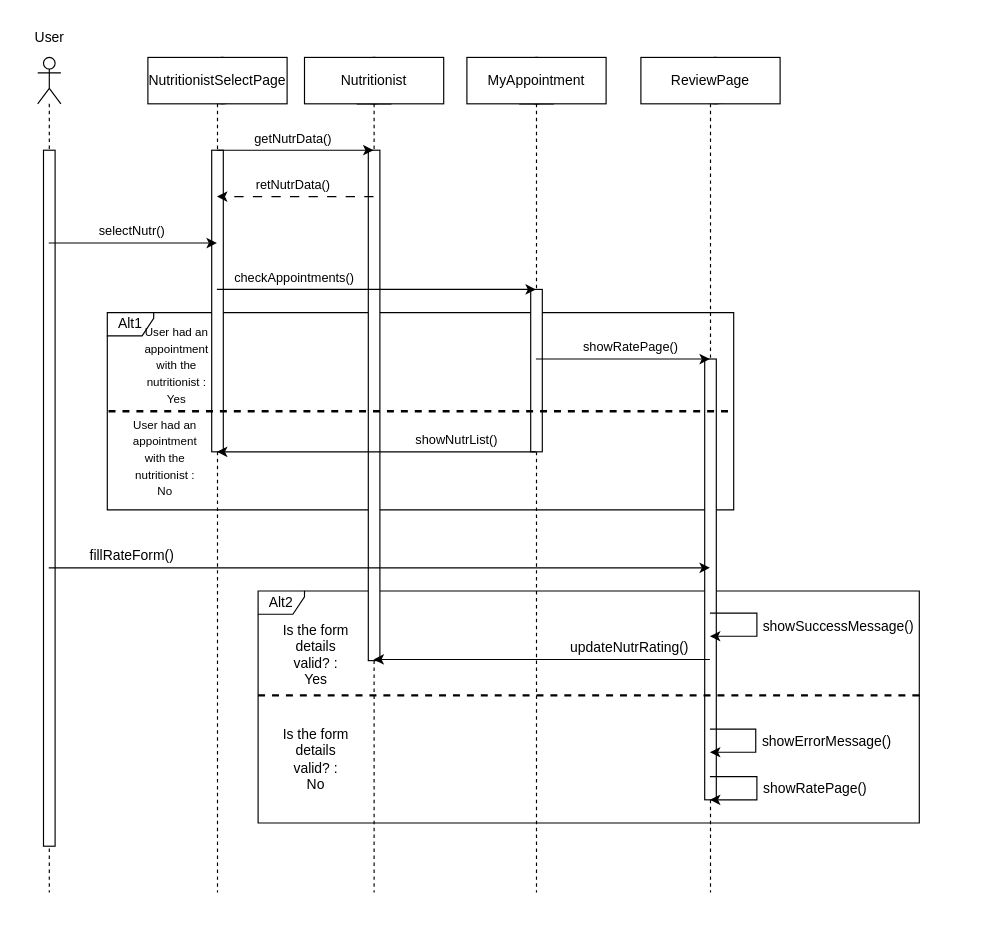
The draw.io diagram ΤΕΛΙΚΟ ΠΑΡΑΔΟΤΕΟ/Sequence-diagrams-v1.0/sd_αξιολόγηση_διατροφολογου.drawio in Dionkaps/Eu-Zin, before the edit. Source tidied: cells renumbered, new cells numbered last; positions are measured from the earlier drawing's top-left corner, leaving out a move shared by most shapes. Both pictures are drawn from the tidied source at 116%, with x=0, y=0 at pixel (20, 20).
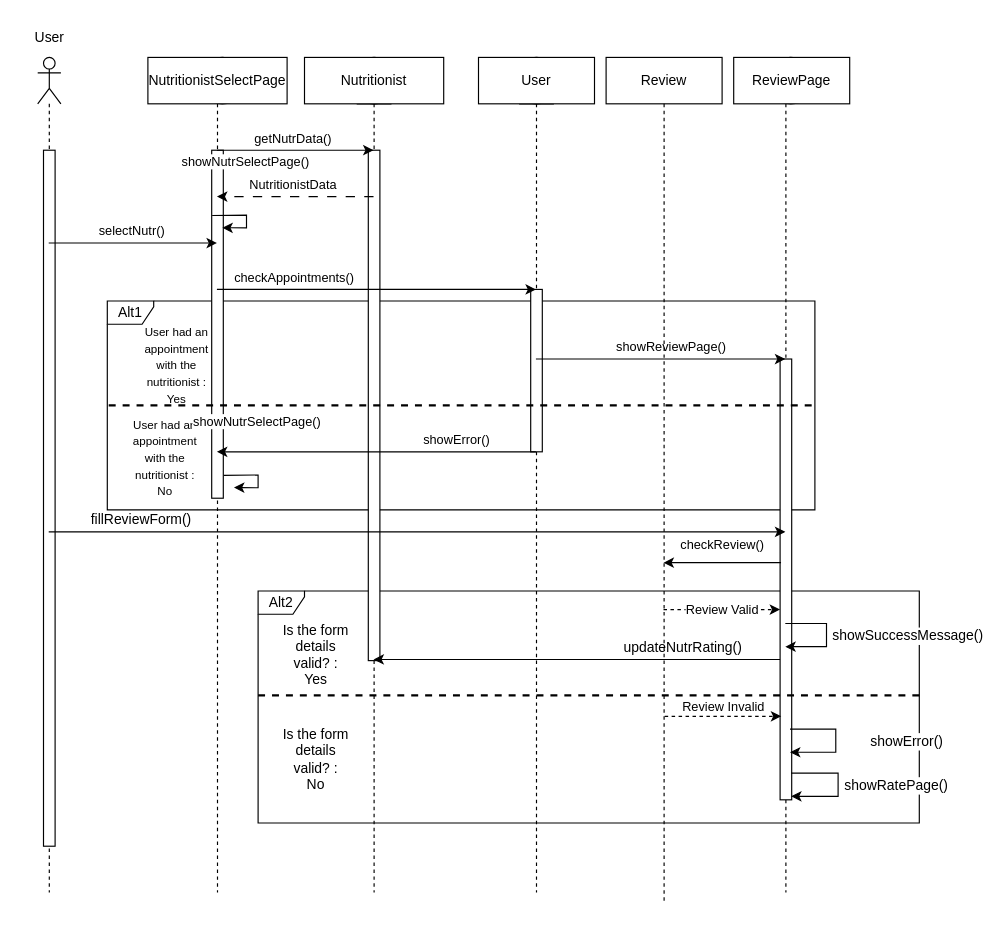
The same page after the edit.

Commit message (it also covers changes not shown here):
Αλλαγή sequence

The change refers to these unchanged cells:
```xml
<mxCell id="4" style="shape=umlLifeline;participant=umlEntity;perimeter=lifelinePerimeter;whiteSpace=wrap;html=1;verticalAlign=top;spacingTop=36;outlineConnect=0;" parent="1" vertex="1">
  <mxGeometry x="425" y="32" width="40" height="720" as="geometry" />
</mxCell>
<mxCell id="6" style="shape=umlLifeline;participant=umlActor;perimeter=lifelinePerimeter;whiteSpace=wrap;html=1;verticalAlign=top;spacingTop=36;outlineConnect=0;" parent="1" vertex="1">
  <mxGeometry x="15" y="32" width="20" height="720" as="geometry" />
</mxCell>
<mxCell id="8" style="shape=umlLifeline;participant=umlBoundary;perimeter=lifelinePerimeter;whiteSpace=wrap;html=1;verticalAlign=top;spacingTop=36;outlineConnect=0;" parent="1" vertex="1">
  <mxGeometry x="145" y="32" width="50" height="720" as="geometry" />
</mxCell>
<mxCell id="10" style="shape=umlLifeline;participant=umlEntity;perimeter=lifelinePerimeter;whiteSpace=wrap;html=1;verticalAlign=top;spacingTop=36;outlineConnect=0;" parent="1" vertex="1">
  <mxGeometry x="285" y="32" width="40" height="720" as="geometry" />
</mxCell>
<mxCell id="13" style="html=1;points=[];perimeter=orthogonalPerimeter;fontSize=12;" parent="12" vertex="1">
  <mxGeometry x="20" y="260" width="10" height="380" as="geometry" />
</mxCell>
```

Diff of the diagram source:
```diff
@@
     <mxCell id="3" value="Alt1" style="shape=umlFrame;whiteSpace=wrap;html=1;width=40;height=20;" parent="1" vertex="1">
-      <mxGeometry x="75" y="252" width="540" height="170" as="geometry" />
+      <mxGeometry x="75" y="242" width="610" height="180" as="geometry" />
     </mxCell>
@@
     <mxCell id="9" style="html=1;perimeter=orthogonalPerimeter;fontSize=12;" parent="8" vertex="1">
-      <mxGeometry x="20" y="80" width="10" height="260" as="geometry" />
+      <mxGeometry x="20" y="80" width="10" height="300" as="geometry" />
     </mxCell>
+    <mxCell id="36" value="showNutrSelectPage()" style="endArrow=classic;html=1;rounded=0;entryX=0.92;entryY=0.284;entryDx=0;entryDy=0;entryPerimeter=0;exitX=0.04;exitY=0.232;exitDx=0;exitDy=0;exitPerimeter=0;" parent="8" edge="1">
+      <mxGeometry x="-0.04" y="40" relative="1" as="geometry">
+        <mxPoint x="20.4" y="136.3" as="sourcePoint" />
+        <mxPoint x="29.2" y="146.8" as="targetPoint" />
+        <Array as="points">
+          <mxPoint x="50" y="136" />
+          <mxPoint x="50" y="147" />
+        </Array>
+        <mxPoint y="-6" as="offset" />
+      </mxGeometry>
+    </mxCell>
@@
     <mxCell id="12" style="shape=umlLifeline;participant=umlBoundary;perimeter=lifelinePerimeter;whiteSpace=wrap;html=1;verticalAlign=top;spacingTop=36;outlineConnect=0;" parent="1" vertex="1">
-      <mxGeometry x="570" y="32" width="50" height="720" as="geometry" />
+      <mxGeometry x="635" y="32" width="50" height="720" as="geometry" />
     </mxCell>
@@
-    <mxCell id="15" value="retNutrData()" style="endArrow=classic;html=1;rounded=0;dashed=1;dashPattern=8 8;" parent="1" edge="1" source="10" target="8">
+    <mxCell id="15" value="NutritionistData" style="endArrow=classic;html=1;rounded=0;dashed=1;dashPattern=8 8;" parent="1" edge="1" source="10" target="8">
       <mxGeometry x="0.03" y="-10" relative="1" as="geometry">
         <Array as="points">
           <mxPoint x="275" y="152" />
         </Array>
       </mxGeometry>
     </mxCell>
@@
-    <mxCell id="18" value="showRatePage()" style="endArrow=classic;html=1;rounded=0;" parent="1" edge="1" source="4" target="12">
+    <mxCell id="18" value="showReviewPage()" style="endArrow=classic;html=1;rounded=0;" parent="1" edge="1" source="4" target="12">
       <mxGeometry x="0.07" y="10" relative="1" as="geometry">
         <Array as="points">
           <mxPoint x="525" y="292" />
         </Array>
         <mxPoint x="1" as="offset" />
       </mxGeometry>
     </mxCell>
-    <mxCell id="19" value="showNutrList()" style="endArrow=classic;html=1;rounded=0;" parent="1" edge="1" source="4" target="8">
+    <mxCell id="19" value="showError()" style="endArrow=classic;html=1;rounded=0;" parent="1" edge="1" source="4" target="8">
       <mxGeometry x="-0.49" y="-10" relative="1" as="geometry">
         <Array as="points">
           <mxPoint x="345" y="372" />
         </Array>
         <mxPoint x="1" as="offset" />
       </mxGeometry>
     </mxCell>
@@
-    <mxCell id="23" value="fillRateForm()" style="endArrow=classic;html=1;rounded=0;strokeWidth=1;fontSize=12;" parent="1" edge="1" source="6" target="12">
+    <mxCell id="23" value="fillReviewForm()" style="endArrow=classic;html=1;rounded=0;strokeWidth=1;fontSize=12;" parent="1" edge="1">
       <mxGeometry x="-0.75" y="10" relative="1" as="geometry">
+        <mxPoint x="24.5" y="441" as="sourcePoint" />
+        <mxPoint x="659.5" y="441" as="targetPoint" />
         <Array as="points">
-          <mxPoint x="245" y="472" />
+          <mxPoint x="245" y="441" />
         </Array>
       </mxGeometry>
     </mxCell>
-    <mxCell id="24" value="updateNutrRating()" style="endArrow=classic;html=1;rounded=0;strokeWidth=1;fontSize=12;" parent="1" edge="1">
+    <mxCell id="24" value="updateNutrRating()" style="endArrow=classic;html=1;rounded=0;strokeWidth=1;fontSize=12;" parent="1" edge="1" source="13">
       <mxGeometry x="-0.52" y="-10" relative="1" as="geometry">
-        <mxPoint x="594.5" y="551" as="sourcePoint" />
         <mxPoint x="304.5" y="551" as="targetPoint" />
       </mxGeometry>
     </mxCell>
     <mxCell id="25" value="showRatePage()" style="endArrow=classic;html=1;rounded=0;strokeWidth=1;fontSize=12;" parent="1" edge="1">
       <mxGeometry y="50" relative="1" as="geometry">
-        <mxPoint x="594.5" y="652" as="sourcePoint" />
-        <mxPoint x="594.5" y="672" as="targetPoint" />
+        <mxPoint x="664.5" y="649" as="sourcePoint" />
+        <mxPoint x="664.5" y="669" as="targetPoint" />
         <Array as="points">
-          <mxPoint x="635" y="652" />
-          <mxPoint x="635" y="672" />
+          <mxPoint x="705" y="649" />
+          <mxPoint x="705" y="669" />
         </Array>
       </mxGeometry>
     </mxCell>
-    <mxCell id="26" value="showErrorMessage()" style="endArrow=classic;html=1;rounded=0;strokeWidth=1;fontSize=12;" parent="1" edge="1">
+    <mxCell id="26" value="showError()" style="endArrow=classic;html=1;rounded=0;strokeWidth=1;fontSize=12;" parent="1" edge="1">
       <mxGeometry y="61" relative="1" as="geometry">
-        <mxPoint x="594.5" y="611" as="sourcePoint" />
-        <mxPoint x="594.5" y="631" as="targetPoint" />
+        <mxPoint x="663.5" y="611" as="sourcePoint" />
+        <mxPoint x="663.5" y="631" as="targetPoint" />
         <Array as="points">
-          <mxPoint x="634" y="611" />
-          <mxPoint x="634" y="631" />
+          <mxPoint x="703" y="611" />
+          <mxPoint x="703" y="631" />
         </Array>
       </mxGeometry>
     </mxCell>
@@
-    <mxCell id="28" value="showSuccessMessage()" style="endArrow=classic;html=1;rounded=0;strokeWidth=1;fontSize=12;" parent="1" edge="1" source="12" target="12">
+    <mxCell id="28" value="showSuccessMessage()" style="endArrow=classic;html=1;rounded=0;strokeWidth=1;fontSize=12;" parent="1" edge="1">
       <mxGeometry x="0.02" y="70" relative="1" as="geometry">
+        <mxPoint x="659.5" y="520" as="sourcePoint" />
+        <mxPoint x="659.5" y="540" as="targetPoint" />
         <Array as="points">
-          <mxPoint x="635" y="511" />
-          <mxPoint x="635" y="531" />
+          <mxPoint x="695" y="520" />
+          <mxPoint x="695" y="540" />
         </Array>
       </mxGeometry>
     </mxCell>
@@
-    <mxCell id="33" value="MyAppointment" style="rounded=0;whiteSpace=wrap;html=1;" parent="1" vertex="1">
-      <mxGeometry x="385" y="32" width="120" height="40" as="geometry" />
+    <mxCell id="33" value="User" style="rounded=0;whiteSpace=wrap;html=1;" parent="1" vertex="1">
+      <mxGeometry x="395" y="32" width="100" height="40" as="geometry" />
     </mxCell>
     <mxCell id="34" value="ReviewPage" style="rounded=0;whiteSpace=wrap;html=1;" parent="1" vertex="1">
-      <mxGeometry x="535" y="32" width="120" height="40" as="geometry" />
+      <mxGeometry x="615" y="32" width="100" height="40" as="geometry" />
     </mxCell>
@@
+    <mxCell id="37" value="Review" style="shape=umlLifeline;perimeter=lifelinePerimeter;whiteSpace=wrap;html=1;outlineConnect=0;portConstraint=eastwest;newEdgeStyle={&quot;edgeStyle&quot;:&quot;elbowEdgeStyle&quot;,&quot;elbow&quot;:&quot;vertical&quot;,&quot;curved&quot;:0,&quot;rounded&quot;:0};" parent="1" vertex="1">
+      <mxGeometry x="505" y="32" width="100" height="730" as="geometry" />
+    </mxCell>
+    <mxCell id="38" value="showNutrSelectPage()" style="endArrow=classic;html=1;rounded=0;entryX=0.92;entryY=0.284;entryDx=0;entryDy=0;entryPerimeter=0;exitX=0.04;exitY=0.232;exitDx=0;exitDy=0;exitPerimeter=0;" parent="1" edge="1">
+      <mxGeometry x="-0.04" y="40" relative="1" as="geometry">
+        <mxPoint x="175.4" y="392.3" as="sourcePoint" />
+        <mxPoint x="184.2" y="402.8" as="targetPoint" />
+        <Array as="points">
+          <mxPoint x="205" y="392" />
+          <mxPoint x="205" y="403" />
+        </Array>
+        <mxPoint y="-6" as="offset" />
+      </mxGeometry>
+    </mxCell>
+    <mxCell id="39" value="checkReview()" style="endArrow=classic;html=1;rounded=0;exitX=0.08;exitY=0.462;exitDx=0;exitDy=0;exitPerimeter=0;" parent="1" edge="1" source="13" target="37">
+      <mxGeometry y="-16" relative="1" as="geometry" />
+    </mxCell>
+    <mxCell id="40" value="Review Valid" style="endArrow=classic;html=1;rounded=0;dashed=1;" parent="1" edge="1">
+      <mxGeometry relative="1" as="geometry">
+        <mxPoint x="554.5" y="508" as="sourcePoint" />
+        <mxPoint x="655" y="508" as="targetPoint" />
+      </mxGeometry>
+    </mxCell>
+    <mxCell id="41" value="Review Invalid" style="endArrow=classic;html=1;rounded=0;dashed=1;" parent="1" edge="1">
+      <mxGeometry x="-0.01" y="8" relative="1" as="geometry">
+        <mxPoint x="555.5" y="600" as="sourcePoint" />
+        <mxPoint x="656" y="600" as="targetPoint" />
+      </mxGeometry>
+    </mxCell>
```
